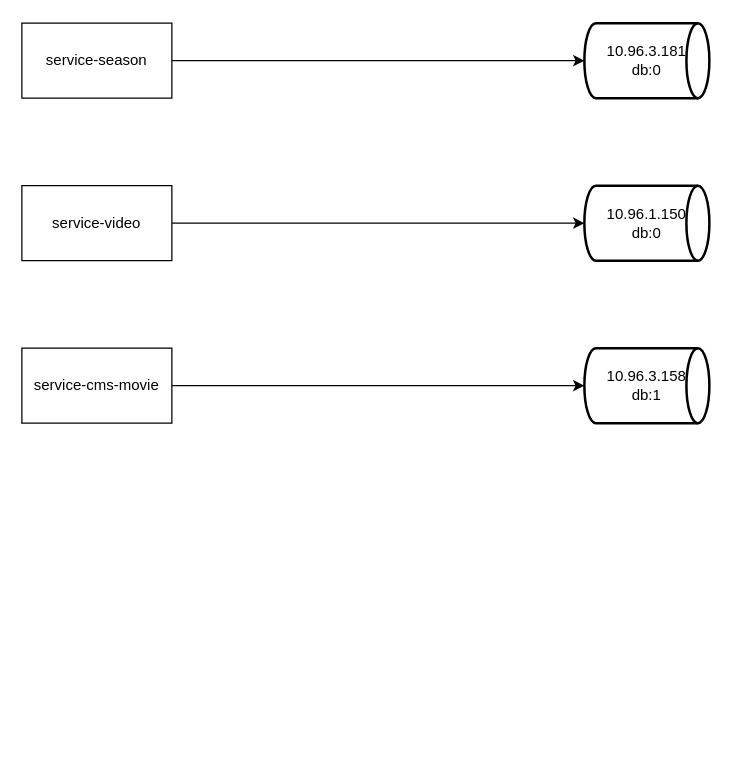
Before: redis新老服务兼容.drawio in songmulin/Diagram, a draw.io diagram. Source tidied: cells renumbered, new cells numbered last; positions are measured from the earlier drawing's top-left corner, leaving out a move shared by most shapes. Both pictures are drawn from the tidied source at 125%, with x=0, y=0 at pixel (21, 22).
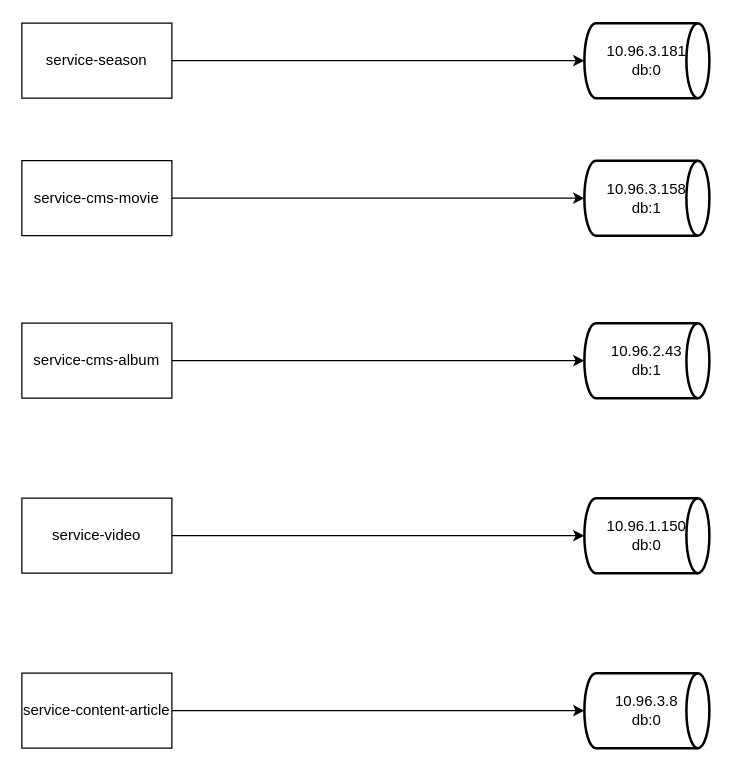
Above is the later version.

Commit message (it also covers changes not shown here):
Update redis新老服务兼容.drawio

The edit, as a diff of the source:
```diff
@@
 <mxGraphModel>
   <root>
     <mxCell id="0" />
     <mxCell id="1" parent="0" />
     <mxCell id="2" value="10.96.3.181&lt;br&gt;db:0" style="strokeWidth=2;html=1;shape=mxgraph.flowchart.direct_data;whiteSpace=wrap;" parent="1" vertex="1">
       <mxGeometry x="450" width="100" height="60" as="geometry" />
     </mxCell>
     <mxCell id="3" value="10.96.1.150&lt;br&gt;db:0" style="strokeWidth=2;html=1;shape=mxgraph.flowchart.direct_data;whiteSpace=wrap;" parent="1" vertex="1">
-      <mxGeometry x="450" y="130" width="100" height="60" as="geometry" />
+      <mxGeometry x="450" y="380" width="100" height="60" as="geometry" />
     </mxCell>
     <mxCell id="4" style="edgeStyle=orthogonalEdgeStyle;rounded=0;jettySize=auto;html=1;entryX=0;entryY=0.5;entryDx=0;entryDy=0;entryPerimeter=0;" parent="1" edge="1" source="5" target="2">
       <mxGeometry relative="1" as="geometry" />
     </mxCell>
     <mxCell id="5" value="service-season" style="rounded=0;whiteSpace=wrap;html=1;" parent="1" vertex="1">
       <mxGeometry width="120" height="60" as="geometry" />
     </mxCell>
     <mxCell id="6" value="10.96.3.158&lt;br&gt;db:1" style="strokeWidth=2;html=1;shape=mxgraph.flowchart.direct_data;whiteSpace=wrap;" parent="1" vertex="1">
-      <mxGeometry x="450" y="260" width="100" height="60" as="geometry" />
+      <mxGeometry x="450" y="110" width="100" height="60" as="geometry" />
     </mxCell>
     <mxCell id="7" style="edgeStyle=orthogonalEdgeStyle;rounded=0;jettySize=auto;html=1;" parent="1" edge="1" source="8" target="3">
       <mxGeometry relative="1" as="geometry" />
     </mxCell>
     <mxCell id="8" value="service-video" style="rounded=0;whiteSpace=wrap;html=1;" parent="1" vertex="1">
-      <mxGeometry y="130" width="120" height="60" as="geometry" />
+      <mxGeometry y="380" width="120" height="60" as="geometry" />
     </mxCell>
     <mxCell id="9" style="edgeStyle=orthogonalEdgeStyle;rounded=0;jettySize=auto;html=1;entryX=0;entryY=0.5;entryDx=0;entryDy=0;entryPerimeter=0;" parent="1" edge="1" source="10" target="6">
       <mxGeometry relative="1" as="geometry" />
     </mxCell>
     <mxCell id="10" value="service-cms-movie" style="rounded=0;whiteSpace=wrap;html=1;" parent="1" vertex="1">
-      <mxGeometry y="260" width="120" height="60" as="geometry" />
+      <mxGeometry y="110" width="120" height="60" as="geometry" />
     </mxCell>
+    <mxCell id="11" value="10.96.2.43&lt;br&gt;db:1" style="strokeWidth=2;html=1;shape=mxgraph.flowchart.direct_data;whiteSpace=wrap;" parent="1" vertex="1">
+      <mxGeometry x="450" y="240" width="100" height="60" as="geometry" />
+    </mxCell>
+    <mxCell id="12" style="edgeStyle=orthogonalEdgeStyle;rounded=0;jettySize=auto;html=1;" parent="1" edge="1" source="13" target="11">
+      <mxGeometry relative="1" as="geometry" />
+    </mxCell>
+    <mxCell id="13" value="service-cms-album" style="rounded=0;whiteSpace=wrap;html=1;" parent="1" vertex="1">
+      <mxGeometry y="240" width="120" height="60" as="geometry" />
+    </mxCell>
+    <mxCell id="14" value="10.96.3.8&lt;br&gt;db:0" style="strokeWidth=2;html=1;shape=mxgraph.flowchart.direct_data;whiteSpace=wrap;" parent="1" vertex="1">
+      <mxGeometry x="450" y="520" width="100" height="60" as="geometry" />
+    </mxCell>
+    <mxCell id="15" style="edgeStyle=orthogonalEdgeStyle;rounded=0;jettySize=auto;html=1;" parent="1" edge="1" source="16" target="14">
+      <mxGeometry relative="1" as="geometry" />
+    </mxCell>
+    <mxCell id="16" value="service-content-article" style="rounded=0;whiteSpace=wrap;html=1;" parent="1" vertex="1">
+      <mxGeometry y="520" width="120" height="60" as="geometry" />
+    </mxCell>
   </root>
 </mxGraphModel>
```
